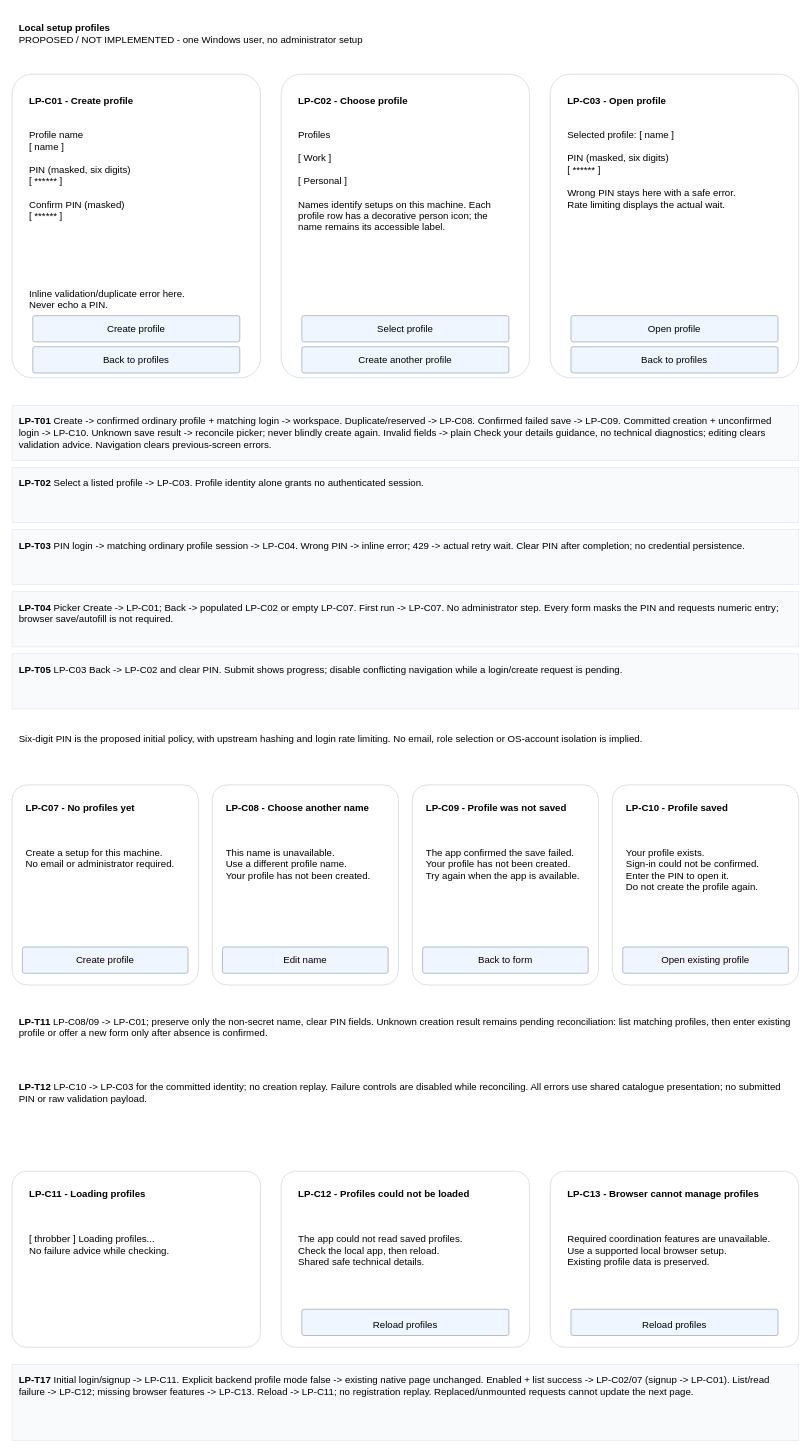
Before: page "Create and enter a local profile" (1 of 2) of projects/laomedo/subsystems/agent-execution/design/local-profiles.drawio in amadou-6e/specs, a draw.io diagram. Source tidied: cells renumbered, new cells numbered last; positions are measured from the earlier drawing's top-left corner, leaving out a move shared by most shapes. Both pictures are drawn from the tidied source at 69%, with x=0, y=0 at pixel (12, 12).
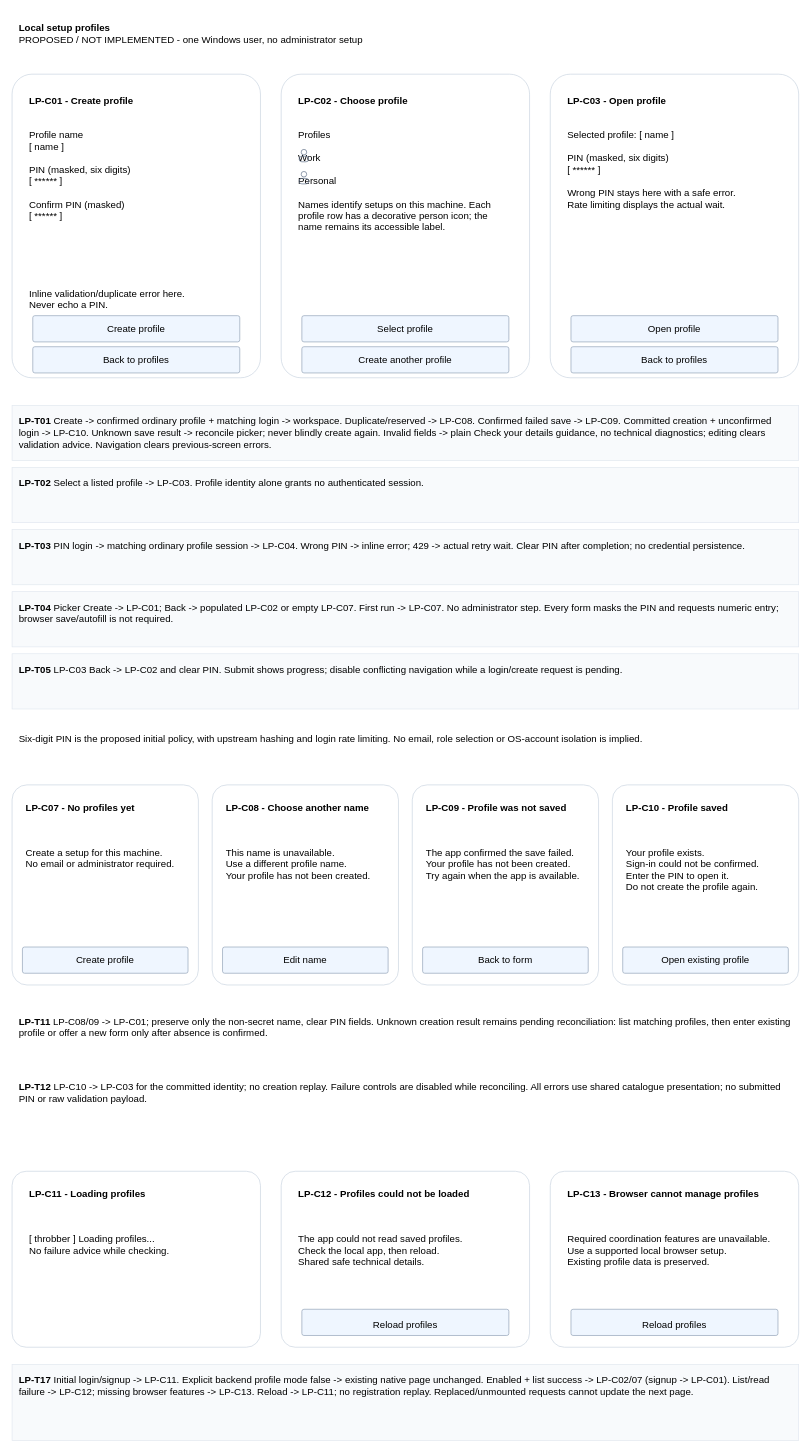
The same page after the edit.

Commit message:
Show decorative profile icons in editable picker design

The edit, as a diff of the source:
```diff
@@
-    <mxCell id="13" value="Profiles&lt;br&gt;&lt;br&gt;[ Work ]&lt;br&gt;&lt;br&gt;[ Personal ]&lt;br&gt;&lt;br&gt;Names identify setups on this machine. Each profile row has a decorative person icon; the name remains its accessible label." style="whiteSpace=wrap;html=1;fontFamily=Arial;fontSize=14;align=left;verticalAlign=top;spacing=10;fillColor=none;strokeColor=none;" parent="1" vertex="1">
+    <mxCell id="13" value="Profiles&lt;br&gt;&lt;br&gt;        Work&lt;br&gt;&lt;br&gt;        Personal&lt;br&gt;&lt;br&gt;Names identify setups on this machine. Each profile row has a decorative person icon; the name remains its accessible label." style="whiteSpace=wrap;html=1;fontFamily=Arial;fontSize=14;align=left;verticalAlign=top;spacing=10;fillColor=none;strokeColor=none;" parent="1" vertex="1">
       <mxGeometry x="405" y="155" width="330" height="230" as="geometry" />
     </mxCell>
+    <mxCell id="55" style="ellipse;fillColor=none;strokeColor=#64748B;" parent="1" vertex="1">
+      <mxGeometry x="419" y="199" width="8" height="8" as="geometry" />
+    </mxCell>
+    <mxCell id="56" style="rounded=1;arcSize=50;fillColor=none;strokeColor=#64748B;" parent="1" vertex="1">
+      <mxGeometry x="416" y="209" width="14" height="8" as="geometry" />
+    </mxCell>
+    <mxCell id="57" style="ellipse;fillColor=none;strokeColor=#64748B;" parent="1" vertex="1">
+      <mxGeometry x="419" y="231" width="8" height="8" as="geometry" />
+    </mxCell>
+    <mxCell id="58" style="rounded=1;arcSize=50;fillColor=none;strokeColor=#64748B;" parent="1" vertex="1">
+      <mxGeometry x="416" y="241" width="14" height="8" as="geometry" />
+    </mxCell>
```
